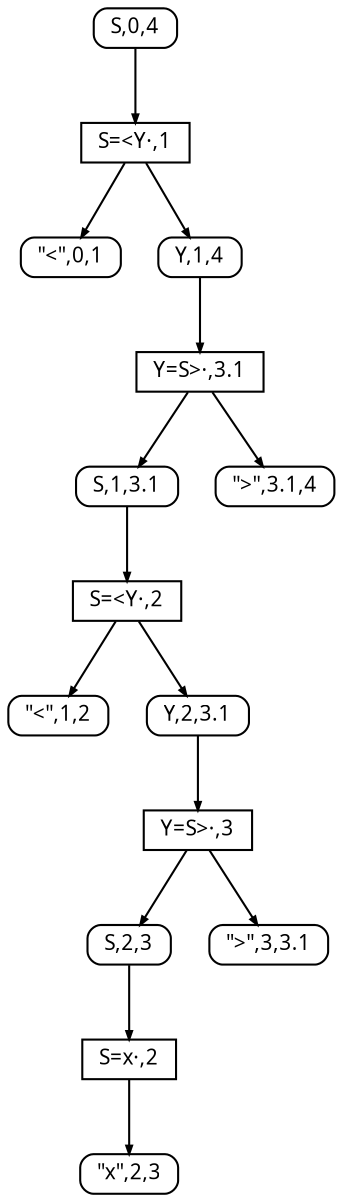
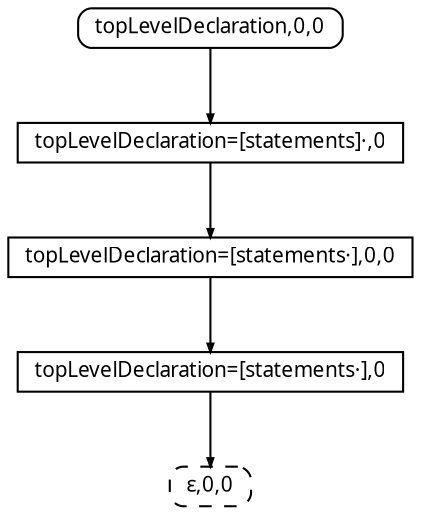
digraph SPPF {
  fontname = Menlo
  fontsize = 10
  node [fontname = Menlo, fontsize = 10]
  edge [arrowsize = 0.4]
  rankdir = "TB"
  ordering = out
-   n0 [shape = box, style = rounded, width=0.0, height=0.0, label = <S,0,4>]
-   n1 [shape = rectangle, width=0.0, height=0.0, label = "S=&lt;Y·,1"]
-   n2 [shape = box, style = rounded, width=0.0, height=0.0, label = <Y,1,4>]
-   n3 [shape = box, style = rounded, width=0.0, height=0.0, label = <"&lt;",0,1>]
-   n4 [shape = rectangle, width=0.0, height=0.0, label = "Y=S&gt;·,3.1"]
-   n5 [shape = box, style = rounded, width=0.0, height=0.0, label = <"&gt;",3.1,4>]
-   n6 [shape = box, style = rounded, width=0.0, height=0.0, label = <S,1,3.1>]
-   n7 [shape = rectangle, width=0.0, height=0.0, label = "S=&lt;Y·,2"]
-   n8 [shape = box, style = rounded, width=0.0, height=0.0, label = <Y,2,3.1>]
-   n9 [shape = box, style = rounded, width=0.0, height=0.0, label = <"&lt;",1,2>]
-   n10 [shape = rectangle, width=0.0, height=0.0, label = "Y=S&gt;·,3"]
-   n11 [shape = box, style = rounded, width=0.0, height=0.0, label = <"&gt;",3,3.1>]
-   n12 [shape = box, style = rounded, width=0.0, height=0.0, label = <S,2,3>]
-   n13 [shape = rectangle, width=0.0, height=0.0, label = "S=x·,2"]
-   n14 [shape = box, style = rounded, width=0.0, height=0.0, label = <"x",2,3>]
+   n0 [shape = box, style = rounded, width=0.0, height=0.0, label = <topLevelDeclaration,0,0>]
+   n1 [shape = rectangle, width=0.0, height=0.0, label = "topLevelDeclaration=[statements]·,0"]
+   n2 [shape = rectangle, width=0.0, height=0.0, label = <topLevelDeclaration=[statements·],0,0>]
+   n3 [shape = rectangle, width=0.0, height=0.0, label = "topLevelDeclaration=[statements·],0"]
+   n4 [shape = box, style = "rounded, dashed", width=0.0, height=0.0, label = <ε,0,0>]
  n0 -> n1
-   n1 -> n3
  n1 -> n2
-   n2 -> n4
-   n4 -> n6
-   n4 -> n5
-   n6 -> n7
-   n7 -> n9
-   n7 -> n8
-   n8 -> n10
-   n10 -> n12
-   n10 -> n11
-   n12 -> n13
-   n13 -> n14
+   n2 -> n3
+   n3 -> n4
}
